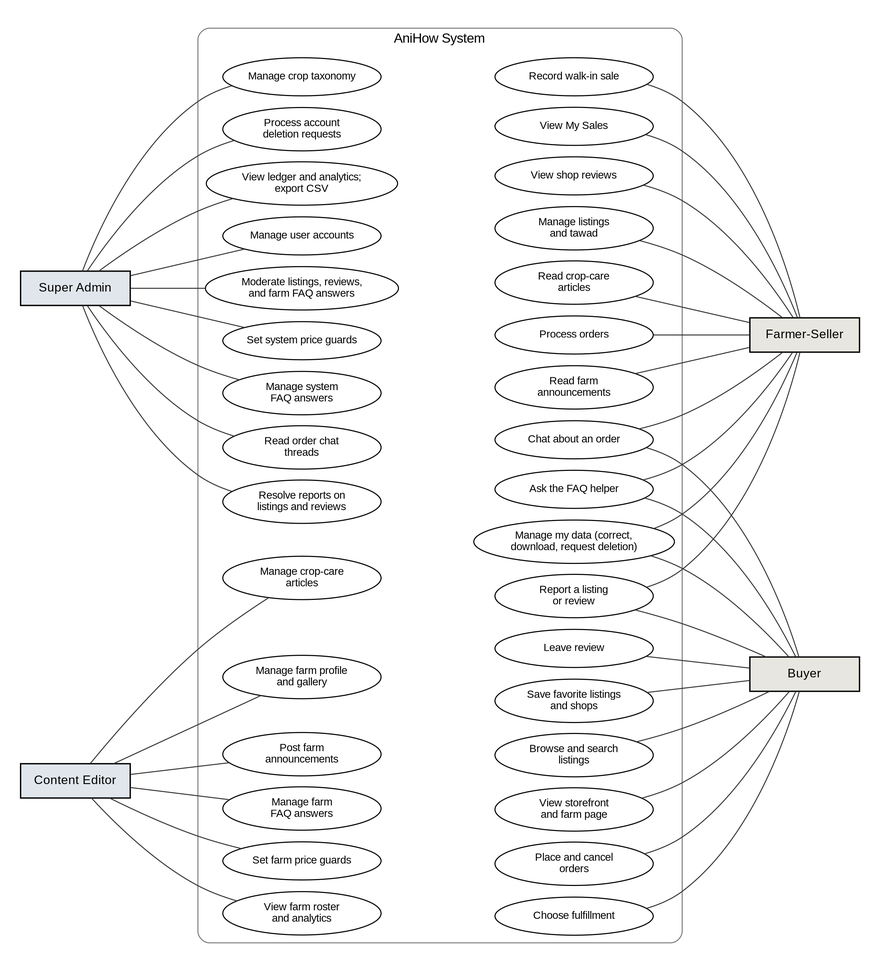
Above: docs/manuscript/figures/fig5_use_case.png in shawncastaneda11-commits/anihow-backend (Graphviz), before the change. Its source is kept beside it as docs/manuscript/figures/src/fig5_use_case.dot.
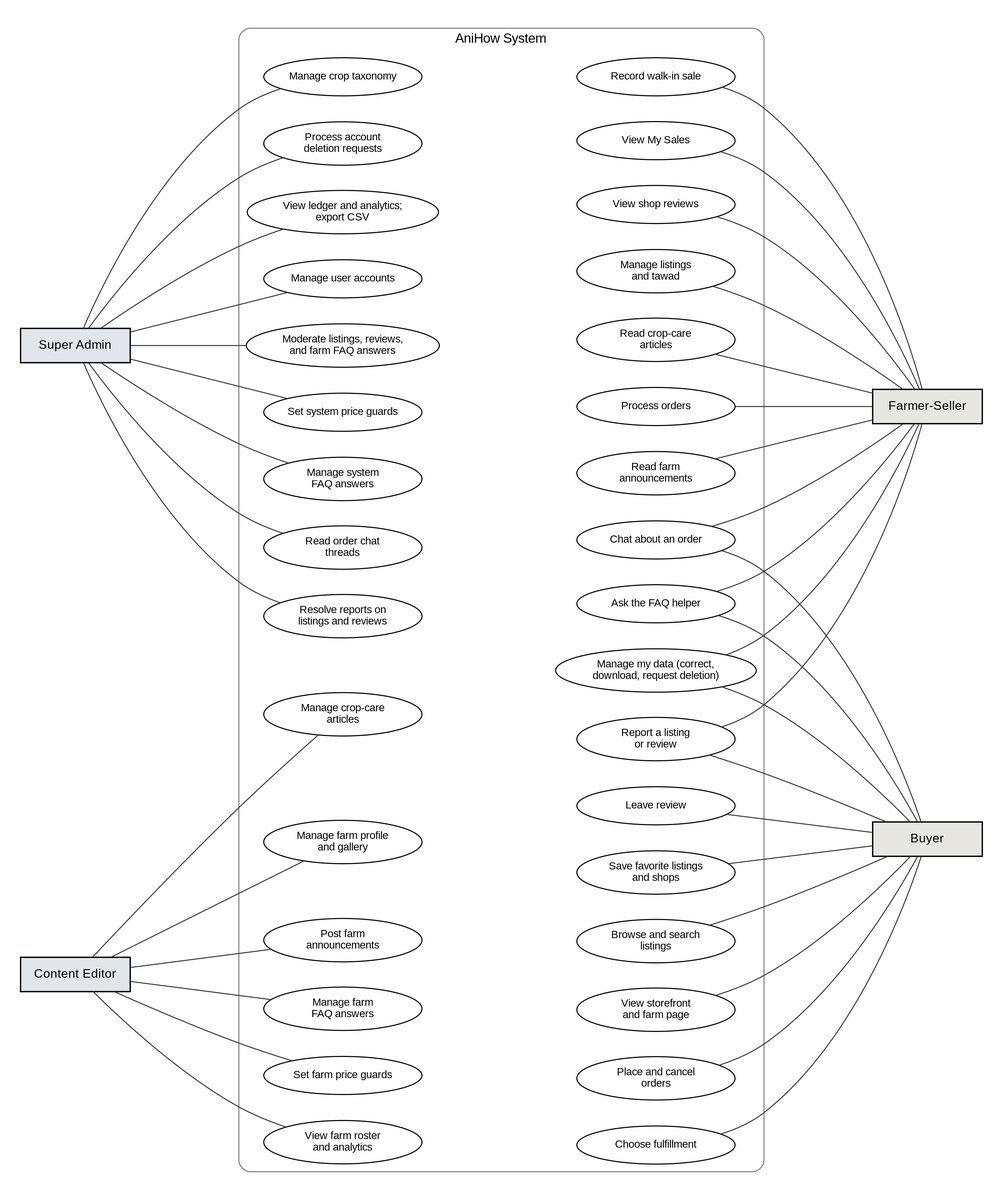
The same diagram one commit later.

What changed in the source:
```diff
@@ -1,5 +1,5 @@
 digraph G {
-  graph [rankdir=LR, nodesep=0.16, ranksep=1.1, pad=0.3, fontname="Liberation Sans", newrank=true];
+  graph [rankdir=LR, nodesep=0.38, ranksep=1.7, pad=0.3, fontname="Liberation Sans", newrank=true, splines=spline];
   node  [fontname="Liberation Sans", fontsize=11];
   edge  [arrowhead=none, penwidth=1.0, color="#333333"];
 
```
